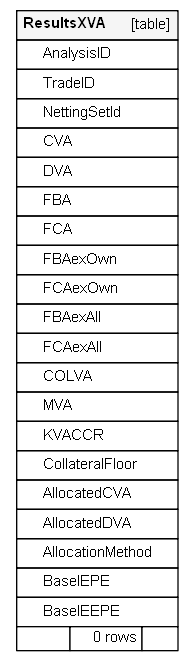
Earlier version of the Graphviz export docs/schemaDoc/diagrams/orphans/ResultsXVA.1degree.png (rkapl123/OreControl). Its source is kept beside it as docs/schemaDoc/diagrams/orphans/ResultsXVA.1degree.dot. The source it was exported from:
```dot
digraph "ResultsXVA" {
  graph [
    rankdir="RL"
    bgcolor="#ffffff"
    nodesep="0.18"
    ranksep="0.46"
    fontname="Helvetica"
    fontsize="11"
    ration="compress"
  ];
  node [
    fontname="Helvetica"
    fontsize="11"
    shape="plaintext"
  ];
  edge [
    arrowsize="0.8"
  ];
  "ResultsXVA" [
   label=<
    <TABLE BORDER="0" CELLBORDER="1" CELLSPACING="0" BGCOLOR="#ffffff">
      <TR><TD COLSPAN="3"  BGCOLOR="#f5f5f5"><TABLE BORDER="0" CELLSPACING="0"><TR><TD ALIGN="LEFT"><B>ResultsXVA</B></TD><TD ALIGN="RIGHT">[table]</TD></TR></TABLE></TD></TR>
      <TR><TD PORT="AnalysisID" COLSPAN="3" ALIGN="LEFT"><TABLE BORDER="0" CELLSPACING="0" ALIGN="LEFT"><TR ALIGN="LEFT"><TD ALIGN="LEFT" FIXEDSIZE="TRUE" WIDTH="15" HEIGHT="16"></TD><TD ALIGN="LEFT" FIXEDSIZE="TRUE" WIDTH="100" HEIGHT="16">AnalysisID</TD></TR></TABLE></TD></TR>
      <TR><TD PORT="TradeID" COLSPAN="3" ALIGN="LEFT"><TABLE BORDER="0" CELLSPACING="0" ALIGN="LEFT"><TR ALIGN="LEFT"><TD ALIGN="LEFT" FIXEDSIZE="TRUE" WIDTH="15" HEIGHT="16"></TD><TD ALIGN="LEFT" FIXEDSIZE="TRUE" WIDTH="100" HEIGHT="16">TradeID</TD></TR></TABLE></TD></TR>
      <TR><TD PORT="NettingSetId" COLSPAN="3" ALIGN="LEFT"><TABLE BORDER="0" CELLSPACING="0" ALIGN="LEFT"><TR ALIGN="LEFT"><TD ALIGN="LEFT" FIXEDSIZE="TRUE" WIDTH="15" HEIGHT="16"></TD><TD ALIGN="LEFT" FIXEDSIZE="TRUE" WIDTH="100" HEIGHT="16">NettingSetId</TD></TR></TABLE></TD></TR>
      <TR><TD PORT="CVA" COLSPAN="3" ALIGN="LEFT"><TABLE BORDER="0" CELLSPACING="0" ALIGN="LEFT"><TR ALIGN="LEFT"><TD ALIGN="LEFT" FIXEDSIZE="TRUE" WIDTH="15" HEIGHT="16"></TD><TD ALIGN="LEFT" FIXEDSIZE="TRUE" WIDTH="100" HEIGHT="16">CVA</TD></TR></TABLE></TD></TR>
      <TR><TD PORT="DVA" COLSPAN="3" ALIGN="LEFT"><TABLE BORDER="0" CELLSPACING="0" ALIGN="LEFT"><TR ALIGN="LEFT"><TD ALIGN="LEFT" FIXEDSIZE="TRUE" WIDTH="15" HEIGHT="16"></TD><TD ALIGN="LEFT" FIXEDSIZE="TRUE" WIDTH="100" HEIGHT="16">DVA</TD></TR></TABLE></TD></TR>
      <TR><TD PORT="FBA" COLSPAN="3" ALIGN="LEFT"><TABLE BORDER="0" CELLSPACING="0" ALIGN="LEFT"><TR ALIGN="LEFT"><TD ALIGN="LEFT" FIXEDSIZE="TRUE" WIDTH="15" HEIGHT="16"></TD><TD ALIGN="LEFT" FIXEDSIZE="TRUE" WIDTH="100" HEIGHT="16">FBA</TD></TR></TABLE></TD></TR>
      <TR><TD PORT="FCA" COLSPAN="3" ALIGN="LEFT"><TABLE BORDER="0" CELLSPACING="0" ALIGN="LEFT"><TR ALIGN="LEFT"><TD ALIGN="LEFT" FIXEDSIZE="TRUE" WIDTH="15" HEIGHT="16"></TD><TD ALIGN="LEFT" FIXEDSIZE="TRUE" WIDTH="100" HEIGHT="16">FCA</TD></TR></TABLE></TD></TR>
      <TR><TD PORT="FBAexOwn" COLSPAN="3" ALIGN="LEFT"><TABLE BORDER="0" CELLSPACING="0" ALIGN="LEFT"><TR ALIGN="LEFT"><TD ALIGN="LEFT" FIXEDSIZE="TRUE" WIDTH="15" HEIGHT="16"></TD><TD ALIGN="LEFT" FIXEDSIZE="TRUE" WIDTH="100" HEIGHT="16">FBAexOwn</TD></TR></TABLE></TD></TR>
      <TR><TD PORT="FCAexOwn" COLSPAN="3" ALIGN="LEFT"><TABLE BORDER="0" CELLSPACING="0" ALIGN="LEFT"><TR ALIGN="LEFT"><TD ALIGN="LEFT" FIXEDSIZE="TRUE" WIDTH="15" HEIGHT="16"></TD><TD ALIGN="LEFT" FIXEDSIZE="TRUE" WIDTH="100" HEIGHT="16">FCAexOwn</TD></TR></TABLE></TD></TR>
      <TR><TD PORT="FBAexAll" COLSPAN="3" ALIGN="LEFT"><TABLE BORDER="0" CELLSPACING="0" ALIGN="LEFT"><TR ALIGN="LEFT"><TD ALIGN="LEFT" FIXEDSIZE="TRUE" WIDTH="15" HEIGHT="16"></TD><TD ALIGN="LEFT" FIXEDSIZE="TRUE" WIDTH="100" HEIGHT="16">FBAexAll</TD></TR></TABLE></TD></TR>
      <TR><TD PORT="FCAexAll" COLSPAN="3" ALIGN="LEFT"><TABLE BORDER="0" CELLSPACING="0" ALIGN="LEFT"><TR ALIGN="LEFT"><TD ALIGN="LEFT" FIXEDSIZE="TRUE" WIDTH="15" HEIGHT="16"></TD><TD ALIGN="LEFT" FIXEDSIZE="TRUE" WIDTH="100" HEIGHT="16">FCAexAll</TD></TR></TABLE></TD></TR>
      <TR><TD PORT="COLVA" COLSPAN="3" ALIGN="LEFT"><TABLE BORDER="0" CELLSPACING="0" ALIGN="LEFT"><TR ALIGN="LEFT"><TD ALIGN="LEFT" FIXEDSIZE="TRUE" WIDTH="15" HEIGHT="16"></TD><TD ALIGN="LEFT" FIXEDSIZE="TRUE" WIDTH="100" HEIGHT="16">COLVA</TD></TR></TABLE></TD></TR>
      <TR><TD PORT="MVA" COLSPAN="3" ALIGN="LEFT"><TABLE BORDER="0" CELLSPACING="0" ALIGN="LEFT"><TR ALIGN="LEFT"><TD ALIGN="LEFT" FIXEDSIZE="TRUE" WIDTH="15" HEIGHT="16"></TD><TD ALIGN="LEFT" FIXEDSIZE="TRUE" WIDTH="100" HEIGHT="16">MVA</TD></TR></TABLE></TD></TR>
      <TR><TD PORT="KVACCR" COLSPAN="3" ALIGN="LEFT"><TABLE BORDER="0" CELLSPACING="0" ALIGN="LEFT"><TR ALIGN="LEFT"><TD ALIGN="LEFT" FIXEDSIZE="TRUE" WIDTH="15" HEIGHT="16"></TD><TD ALIGN="LEFT" FIXEDSIZE="TRUE" WIDTH="100" HEIGHT="16">KVACCR</TD></TR></TABLE></TD></TR>
      <TR><TD PORT="CollateralFloor" COLSPAN="3" ALIGN="LEFT"><TABLE BORDER="0" CELLSPACING="0" ALIGN="LEFT"><TR ALIGN="LEFT"><TD ALIGN="LEFT" FIXEDSIZE="TRUE" WIDTH="15" HEIGHT="16"></TD><TD ALIGN="LEFT" FIXEDSIZE="TRUE" WIDTH="100" HEIGHT="16">CollateralFloor</TD></TR></TABLE></TD></TR>
      <TR><TD PORT="AllocatedCVA" COLSPAN="3" ALIGN="LEFT"><TABLE BORDER="0" CELLSPACING="0" ALIGN="LEFT"><TR ALIGN="LEFT"><TD ALIGN="LEFT" FIXEDSIZE="TRUE" WIDTH="15" HEIGHT="16"></TD><TD ALIGN="LEFT" FIXEDSIZE="TRUE" WIDTH="100" HEIGHT="16">AllocatedCVA</TD></TR></TABLE></TD></TR>
      <TR><TD PORT="AllocatedDVA" COLSPAN="3" ALIGN="LEFT"><TABLE BORDER="0" CELLSPACING="0" ALIGN="LEFT"><TR ALIGN="LEFT"><TD ALIGN="LEFT" FIXEDSIZE="TRUE" WIDTH="15" HEIGHT="16"></TD><TD ALIGN="LEFT" FIXEDSIZE="TRUE" WIDTH="100" HEIGHT="16">AllocatedDVA</TD></TR></TABLE></TD></TR>
      <TR><TD PORT="AllocationMethod" COLSPAN="3" ALIGN="LEFT"><TABLE BORDER="0" CELLSPACING="0" ALIGN="LEFT"><TR ALIGN="LEFT"><TD ALIGN="LEFT" FIXEDSIZE="TRUE" WIDTH="15" HEIGHT="16"></TD><TD ALIGN="LEFT" FIXEDSIZE="TRUE" WIDTH="100" HEIGHT="16">AllocationMethod</TD></TR></TABLE></TD></TR>
      <TR><TD PORT="BaselEPE" COLSPAN="3" ALIGN="LEFT"><TABLE BORDER="0" CELLSPACING="0" ALIGN="LEFT"><TR ALIGN="LEFT"><TD ALIGN="LEFT" FIXEDSIZE="TRUE" WIDTH="15" HEIGHT="16"></TD><TD ALIGN="LEFT" FIXEDSIZE="TRUE" WIDTH="100" HEIGHT="16">BaselEPE</TD></TR></TABLE></TD></TR>
      <TR><TD PORT="BaselEEPE" COLSPAN="3" ALIGN="LEFT"><TABLE BORDER="0" CELLSPACING="0" ALIGN="LEFT"><TR ALIGN="LEFT"><TD ALIGN="LEFT" FIXEDSIZE="TRUE" WIDTH="15" HEIGHT="16"></TD><TD ALIGN="LEFT" FIXEDSIZE="TRUE" WIDTH="100" HEIGHT="16">BaselEEPE</TD></TR></TABLE></TD></TR>
      <TR><TD ALIGN="LEFT" BGCOLOR="#ffffff">  </TD><TD ALIGN="RIGHT" BGCOLOR="#ffffff">0 rows</TD><TD ALIGN="RIGHT" BGCOLOR="#ffffff">  </TD></TR>
    </TABLE>>
    URL="tables/ResultsXVA.html"
    tooltip="ResultsXVA"
  ];
}
```
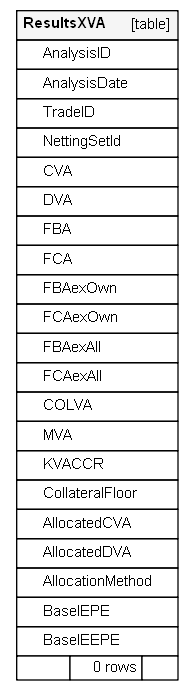
The same file after the commit.

Change to the diagram source:
```diff
@@ -21,6 +21,7 @@
     <TABLE BORDER="0" CELLBORDER="1" CELLSPACING="0" BGCOLOR="#ffffff">
       <TR><TD COLSPAN="3"  BGCOLOR="#f5f5f5"><TABLE BORDER="0" CELLSPACING="0"><TR><TD ALIGN="LEFT"><B>ResultsXVA</B></TD><TD ALIGN="RIGHT">[table]</TD></TR></TABLE></TD></TR>
       <TR><TD PORT="AnalysisID" COLSPAN="3" ALIGN="LEFT"><TABLE BORDER="0" CELLSPACING="0" ALIGN="LEFT"><TR ALIGN="LEFT"><TD ALIGN="LEFT" FIXEDSIZE="TRUE" WIDTH="15" HEIGHT="16"></TD><TD ALIGN="LEFT" FIXEDSIZE="TRUE" WIDTH="100" HEIGHT="16">AnalysisID</TD></TR></TABLE></TD></TR>
+      <TR><TD PORT="AnalysisDate" COLSPAN="3" ALIGN="LEFT"><TABLE BORDER="0" CELLSPACING="0" ALIGN="LEFT"><TR ALIGN="LEFT"><TD ALIGN="LEFT" FIXEDSIZE="TRUE" WIDTH="15" HEIGHT="16"></TD><TD ALIGN="LEFT" FIXEDSIZE="TRUE" WIDTH="100" HEIGHT="16">AnalysisDate</TD></TR></TABLE></TD></TR>
       <TR><TD PORT="TradeID" COLSPAN="3" ALIGN="LEFT"><TABLE BORDER="0" CELLSPACING="0" ALIGN="LEFT"><TR ALIGN="LEFT"><TD ALIGN="LEFT" FIXEDSIZE="TRUE" WIDTH="15" HEIGHT="16"></TD><TD ALIGN="LEFT" FIXEDSIZE="TRUE" WIDTH="100" HEIGHT="16">TradeID</TD></TR></TABLE></TD></TR>
       <TR><TD PORT="NettingSetId" COLSPAN="3" ALIGN="LEFT"><TABLE BORDER="0" CELLSPACING="0" ALIGN="LEFT"><TR ALIGN="LEFT"><TD ALIGN="LEFT" FIXEDSIZE="TRUE" WIDTH="15" HEIGHT="16"></TD><TD ALIGN="LEFT" FIXEDSIZE="TRUE" WIDTH="100" HEIGHT="16">NettingSetId</TD></TR></TABLE></TD></TR>
       <TR><TD PORT="CVA" COLSPAN="3" ALIGN="LEFT"><TABLE BORDER="0" CELLSPACING="0" ALIGN="LEFT"><TR ALIGN="LEFT"><TD ALIGN="LEFT" FIXEDSIZE="TRUE" WIDTH="15" HEIGHT="16"></TD><TD ALIGN="LEFT" FIXEDSIZE="TRUE" WIDTH="100" HEIGHT="16">CVA</TD></TR></TABLE></TD></TR>
```
